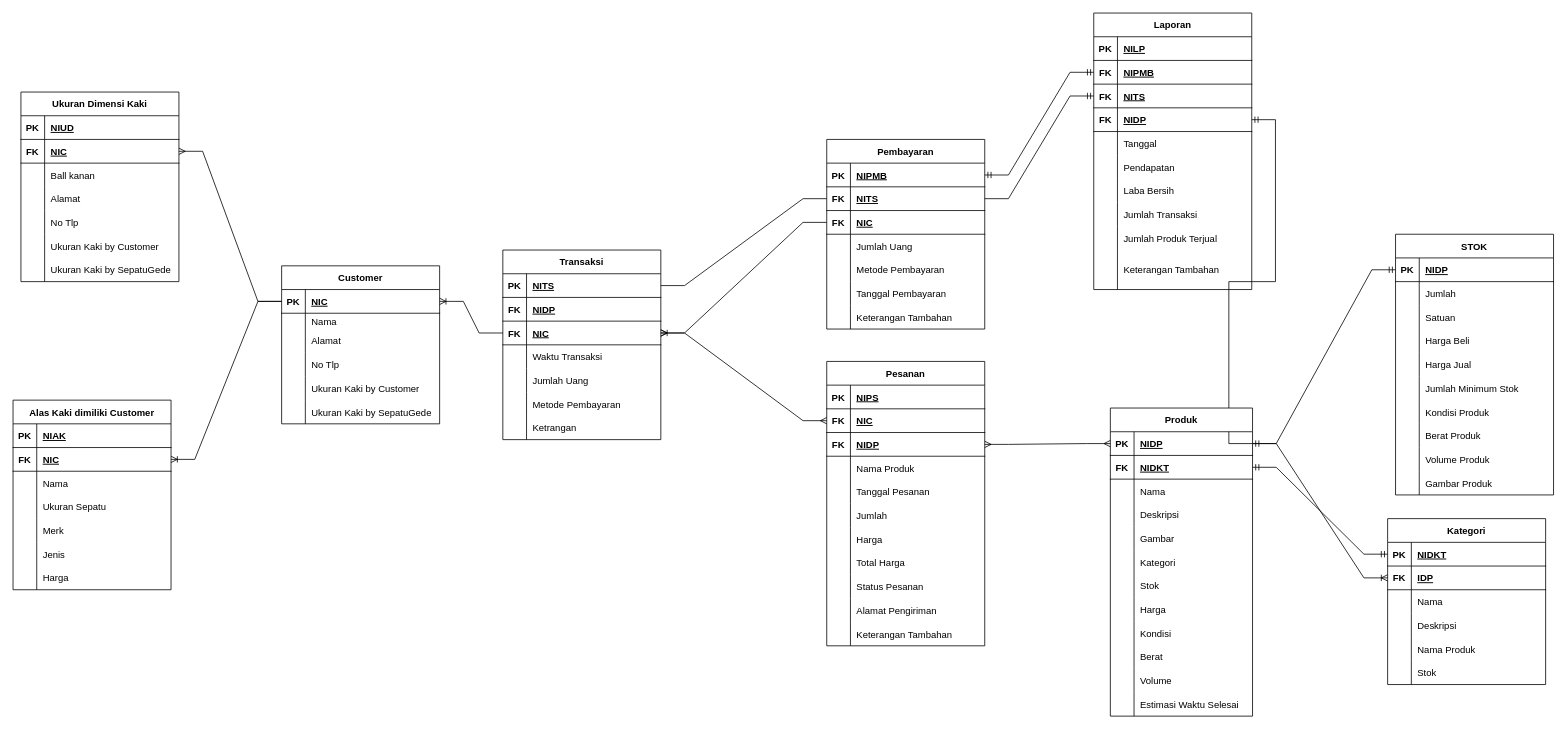
Before: POS.drawio in zamzam-mugny/sage.github.io, a draw.io diagram. Source tidied: cells renumbered, new cells numbered last; positions are measured from the earlier drawing's top-left corner, leaving out a move shared by most shapes. Both pictures are drawn from the tidied source at 79%, with x=0, y=0 at pixel (13, 13).
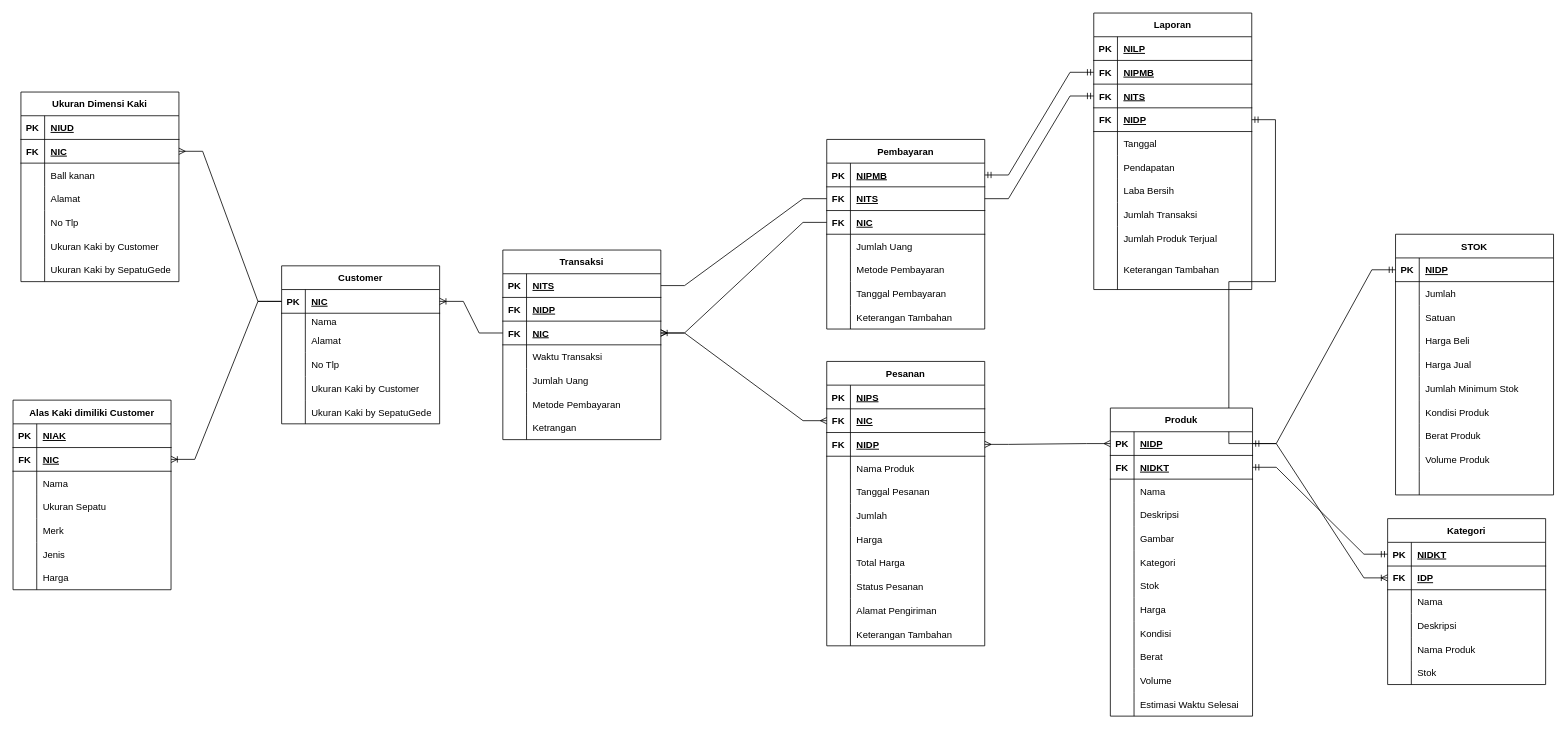
The same page after the edit.

Unchanged cells that the change refers to:
```xml
<mxCell id="171" style="shape=tableRow;horizontal=0;startSize=0;swimlaneHead=0;swimlaneBody=0;fillColor=none;top=0;left=0;right=0;bottom=0;" parent="143" vertex="1">
  <mxGeometry y="300" width="200" height="30" as="geometry" />
</mxCell>
```

Change to the diagram source:
```diff
@@
-    <mxCell id="173" value="Gambar Produk" style="shape=partialRectangle;fillColor=none;top=0;left=0;bottom=0;right=0;align=left;spacingLeft=6;overflow=hidden;" parent="171" vertex="1">
+    <mxCell id="173" style="shape=partialRectangle;fillColor=none;top=0;left=0;bottom=0;right=0;align=left;spacingLeft=6;overflow=hidden;" parent="171" vertex="1">
       <mxGeometry x="30" width="170" height="30" as="geometry" />
     </mxCell>
```
